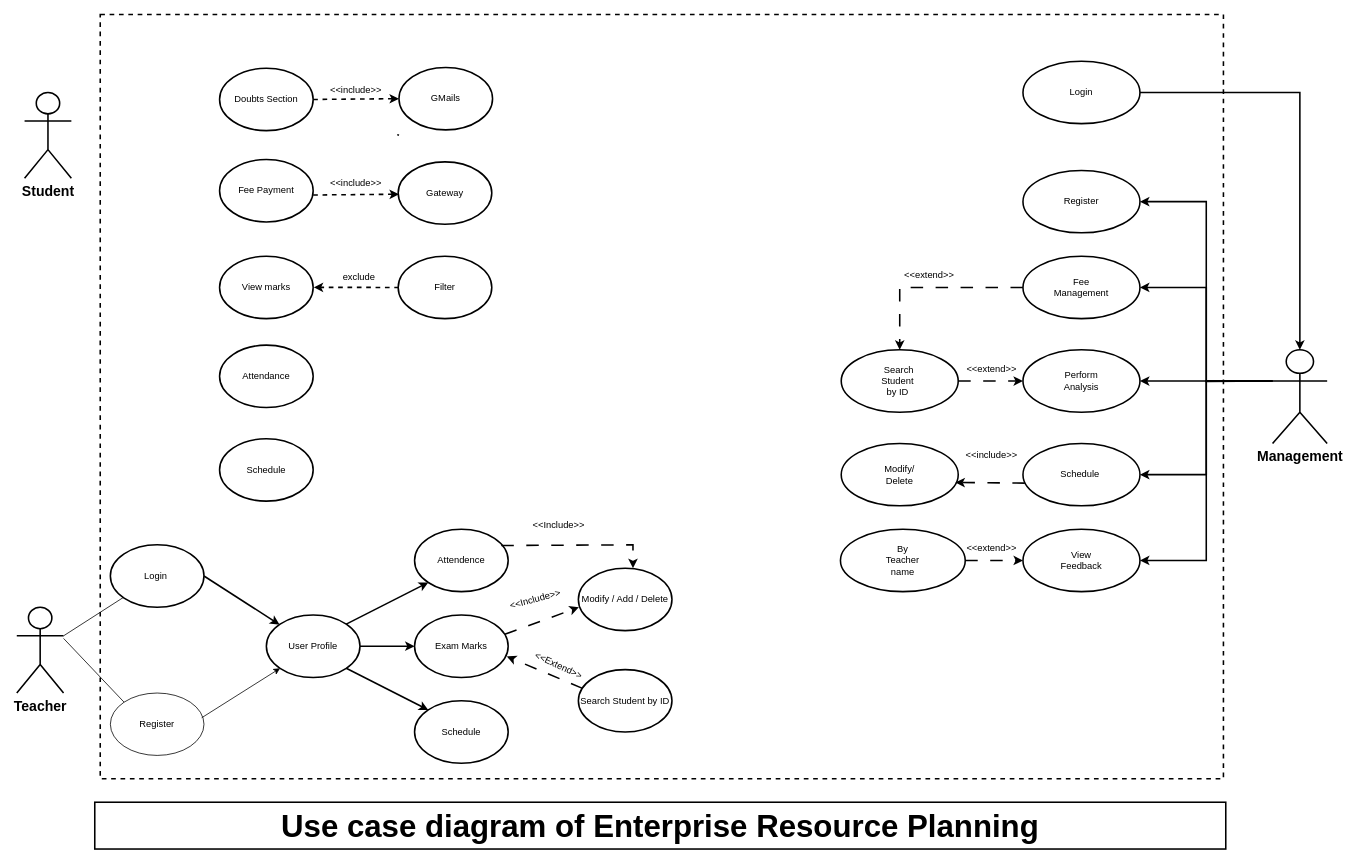
This is Untitled Diagram.drawio from Sumanth-Siddareddy/Enterprise-Resource-Planning, a draw.io file, before an edit. Source tidied: cells renumbered, new cells numbered last; positions are measured from the earlier drawing's top-left corner, leaving out a move shared by most shapes. Both pictures are drawn from the tidied source at 78%, with x=0, y=0 at pixel (16, 14).
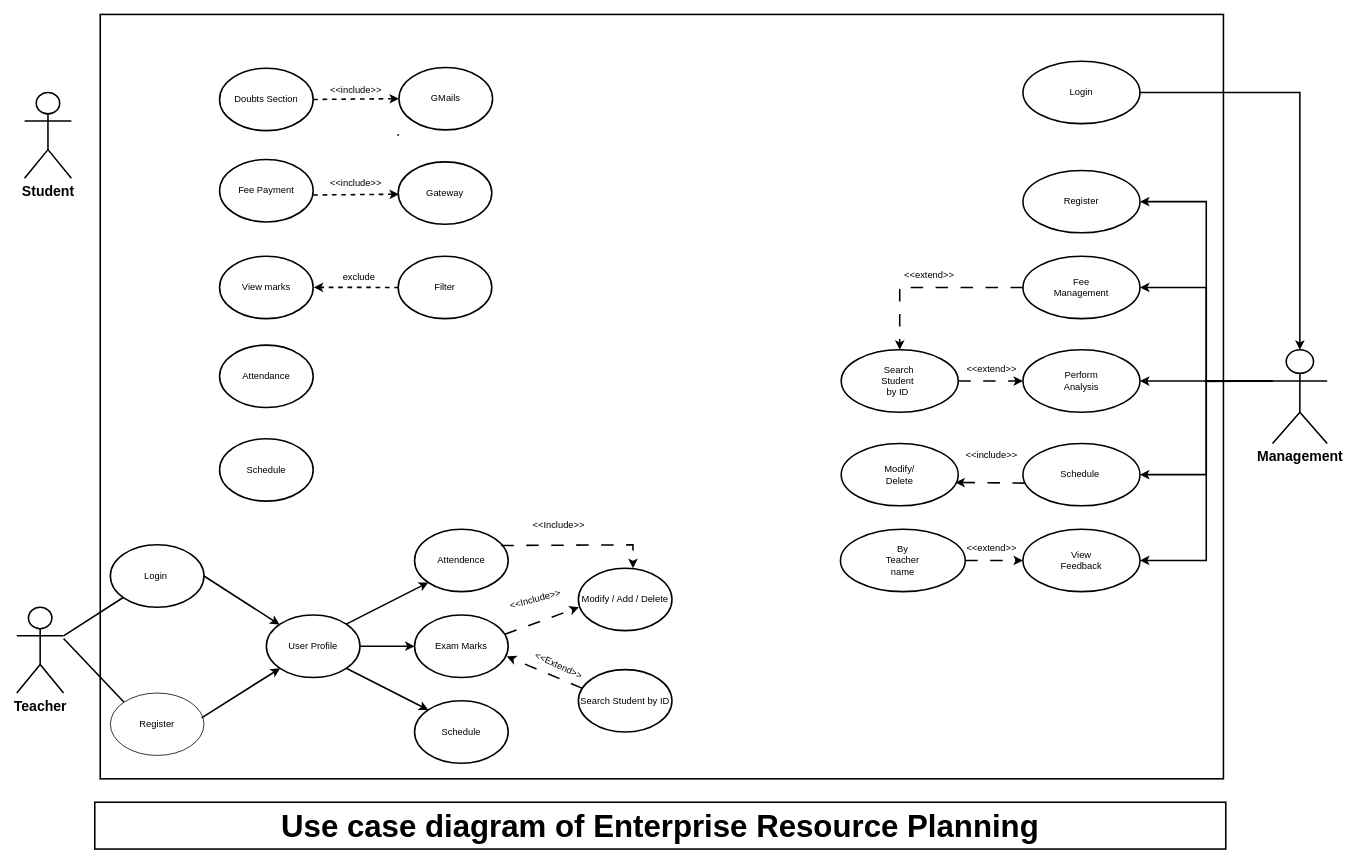
The same page after the edit.

Unchanged cells that the change refers to:
```xml
<mxCell id="5" value="Teacher" style="shape=umlActor;verticalLabelPosition=bottom;verticalAlign=top;html=1;outlineConnect=0;fontStyle=1;labelBackgroundColor=none;fontSize=18;strokeWidth=2;" parent="1" vertex="1">
  <mxGeometry y="760" width="60" height="110" as="geometry" />
</mxCell>
<mxCell id="17" value="Login&amp;nbsp;" style="ellipse;whiteSpace=wrap;html=1;strokeWidth=2;" parent="1" vertex="1">
  <mxGeometry x="120" y="680" width="120" height="80" as="geometry" />
</mxCell>
<mxCell id="22" value="User Profile" style="ellipse;whiteSpace=wrap;html=1;strokeWidth=2;" parent="1" vertex="1">
  <mxGeometry x="320" y="770" width="120" height="80" as="geometry" />
</mxCell>
<mxCell id="72" value="Register" style="ellipse;whiteSpace=wrap;html=1;" parent="1" vertex="1">
  <mxGeometry x="120" y="870" width="120" height="80" as="geometry" />
</mxCell>
```

Diff of the diagram source:
```diff
@@
-    <mxCell id="2" style="rounded=0;whiteSpace=wrap;html=1;dashed=1;strokeWidth=2;" parent="1" vertex="1">
+    <mxCell id="2" style="rounded=0;whiteSpace=wrap;html=1;strokeWidth=2;" parent="1" vertex="1">
       <mxGeometry x="107" width="1440" height="980" as="geometry" />
     </mxCell>
@@
-    <mxCell id="73" style="endArrow=classic;html=1;rounded=0;entryX=0;entryY=1;entryDx=0;entryDy=0;exitX=0.975;exitY=0.397;exitDx=0;exitDy=0;exitPerimeter=0;" parent="1" edge="1" source="72" target="22">
+    <mxCell id="73" style="endArrow=classic;html=1;rounded=0;entryX=0;entryY=1;entryDx=0;entryDy=0;exitX=0.975;exitY=0.397;exitDx=0;exitDy=0;exitPerimeter=0;strokeWidth=2;" parent="1" edge="1" source="72" target="22">
       <mxGeometry relative="1" as="geometry" />
     </mxCell>
-    <mxCell id="74" style="endArrow=none;html=1;rounded=0;exitX=1;exitY=0.3333333333333333;exitDx=0;exitDy=0;exitPerimeter=0;" parent="1" edge="1" source="5" target="17">
+    <mxCell id="74" style="endArrow=none;html=1;rounded=0;exitX=1;exitY=0.3333333333333333;exitDx=0;exitDy=0;exitPerimeter=0;strokeWidth=2;" parent="1" edge="1" source="5" target="17">
       <mxGeometry relative="1" as="geometry" />
     </mxCell>
-    <mxCell id="75" style="endArrow=none;html=1;rounded=0;entryX=0;entryY=0;entryDx=0;entryDy=0;" parent="1" edge="1" target="72">
+    <mxCell id="75" style="endArrow=none;html=1;rounded=0;entryX=0;entryY=0;entryDx=0;entryDy=0;strokeWidth=2;" parent="1" edge="1" target="72">
       <mxGeometry relative="1" as="geometry">
         <mxPoint x="60" y="800" as="sourcePoint" />
       </mxGeometry>
     </mxCell>
```
